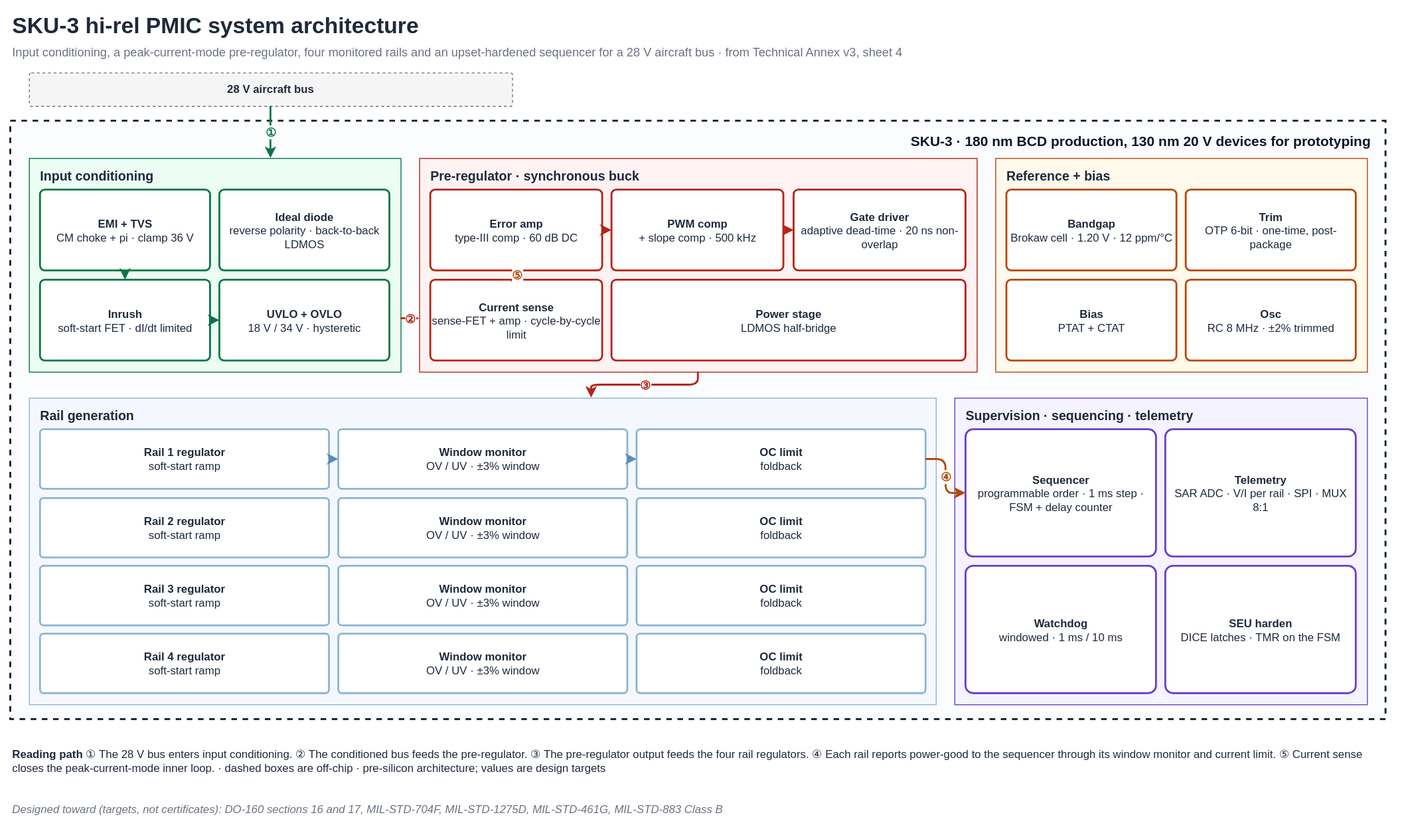
This is public/diagrams/sku-3-architecture.svg from shekerkamma/deepgrid-dr-silicon-v10, a draw.io export, as it was before one commit. Source tidied: cells renumbered, new cells last; positions are measured from the earlier drawing's top-left corner, leaving out a move shared by most shapes.
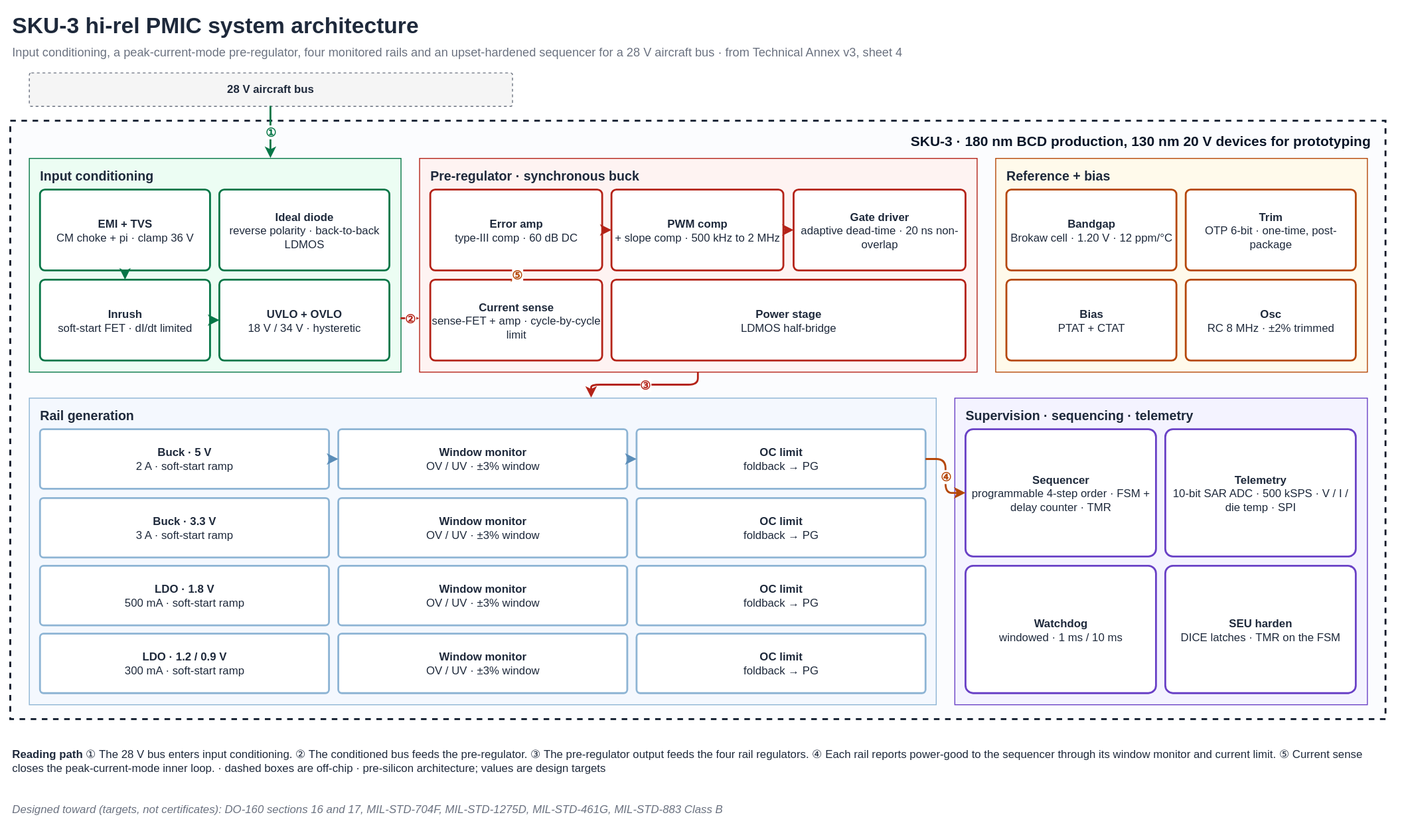
After the change.

Diff of the diagram source:
```diff
@@ -35,7 +35,7 @@
     <mxCell id="12" value="&lt;b&gt;Error amp&lt;/b&gt;&lt;br&gt;type-III comp · 60 dB DC" style="rounded=1;whiteSpace=wrap;html=1;fillColor=#FFFFFF;strokeColor=#B42318;strokeWidth=2;fontSize=12;fontColor=#1E293B;arcSize=6;" parent="1" vertex="1">
       <mxGeometry x="452" y="194" width="185" height="87" as="geometry" />
     </mxCell>
-    <mxCell id="13" value="&lt;b&gt;PWM comp&lt;/b&gt;&lt;br&gt;+ slope comp · 500 kHz" style="rounded=1;whiteSpace=wrap;html=1;fillColor=#FFFFFF;strokeColor=#B42318;strokeWidth=2;fontSize=12;fontColor=#1E293B;arcSize=6;" parent="1" vertex="1">
+    <mxCell id="13" value="&lt;b&gt;PWM comp&lt;/b&gt;&lt;br&gt;+ slope comp · 500 kHz to 2 MHz" style="rounded=1;whiteSpace=wrap;html=1;fillColor=#FFFFFF;strokeColor=#B42318;strokeWidth=2;fontSize=12;fontColor=#1E293B;arcSize=6;" parent="1" vertex="1">
       <mxGeometry x="647" y="194" width="185" height="87" as="geometry" />
     </mxCell>
     <mxCell id="14" value="&lt;b&gt;Gate driver&lt;/b&gt;&lt;br&gt;adaptive dead-time · 20 ns non-overlap" style="rounded=1;whiteSpace=wrap;html=1;fillColor=#FFFFFF;strokeColor=#B42318;strokeWidth=2;fontSize=12;fontColor=#1E293B;arcSize=6;" parent="1" vertex="1">
@@ -65,49 +65,49 @@
     <mxCell id="22" value="Rail generation" style="rounded=0;whiteSpace=wrap;html=1;fillColor=#F4F8FE;strokeColor=#8DB4D4;verticalAlign=top;align=left;spacingLeft=10;spacingTop=4;fontSize=14;fontStyle=1;fontColor=#1E293B;" parent="1" vertex="1">
       <mxGeometry x="20" y="418" width="976" height="330" as="geometry" />
     </mxCell>
-    <mxCell id="23" value="&lt;b&gt;Rail 1 regulator&lt;/b&gt;&lt;br&gt;soft-start ramp" style="rounded=1;whiteSpace=wrap;html=1;fillColor=#FFFFFF;strokeColor=#8DB4D4;strokeWidth=2;fontSize=12;fontColor=#1E293B;arcSize=6;" parent="1" vertex="1">
+    <mxCell id="23" value="&lt;b&gt;Buck · 5 V&lt;/b&gt;&lt;br&gt;2 A · soft-start ramp" style="rounded=1;whiteSpace=wrap;html=1;fillColor=#FFFFFF;strokeColor=#8DB4D4;strokeWidth=2;fontSize=12;fontColor=#1E293B;arcSize=6;" parent="1" vertex="1">
       <mxGeometry x="32" y="452" width="311" height="64" as="geometry" />
     </mxCell>
     <mxCell id="24" value="&lt;b&gt;Window monitor&lt;/b&gt;&lt;br&gt;OV / UV · ±3% window" style="rounded=1;whiteSpace=wrap;html=1;fillColor=#FFFFFF;strokeColor=#8DB4D4;strokeWidth=2;fontSize=12;fontColor=#1E293B;arcSize=6;" parent="1" vertex="1">
       <mxGeometry x="353" y="452" width="311" height="64" as="geometry" />
     </mxCell>
-    <mxCell id="25" value="&lt;b&gt;OC limit&lt;/b&gt;&lt;br&gt;foldback" style="rounded=1;whiteSpace=wrap;html=1;fillColor=#FFFFFF;strokeColor=#8DB4D4;strokeWidth=2;fontSize=12;fontColor=#1E293B;arcSize=6;" parent="1" vertex="1">
+    <mxCell id="25" value="&lt;b&gt;OC limit&lt;/b&gt;&lt;br&gt;foldback → PG" style="rounded=1;whiteSpace=wrap;html=1;fillColor=#FFFFFF;strokeColor=#8DB4D4;strokeWidth=2;fontSize=12;fontColor=#1E293B;arcSize=6;" parent="1" vertex="1">
       <mxGeometry x="674" y="452" width="311" height="64" as="geometry" />
     </mxCell>
-    <mxCell id="26" value="&lt;b&gt;Rail 2 regulator&lt;/b&gt;&lt;br&gt;soft-start ramp" style="rounded=1;whiteSpace=wrap;html=1;fillColor=#FFFFFF;strokeColor=#8DB4D4;strokeWidth=2;fontSize=12;fontColor=#1E293B;arcSize=6;" parent="1" vertex="1">
+    <mxCell id="26" value="&lt;b&gt;Buck · 3.3 V&lt;/b&gt;&lt;br&gt;3 A · soft-start ramp" style="rounded=1;whiteSpace=wrap;html=1;fillColor=#FFFFFF;strokeColor=#8DB4D4;strokeWidth=2;fontSize=12;fontColor=#1E293B;arcSize=6;" parent="1" vertex="1">
       <mxGeometry x="32" y="526" width="311" height="64" as="geometry" />
     </mxCell>
     <mxCell id="27" value="&lt;b&gt;Window monitor&lt;/b&gt;&lt;br&gt;OV / UV · ±3% window" style="rounded=1;whiteSpace=wrap;html=1;fillColor=#FFFFFF;strokeColor=#8DB4D4;strokeWidth=2;fontSize=12;fontColor=#1E293B;arcSize=6;" parent="1" vertex="1">
       <mxGeometry x="353" y="526" width="311" height="64" as="geometry" />
     </mxCell>
-    <mxCell id="28" value="&lt;b&gt;OC limit&lt;/b&gt;&lt;br&gt;foldback" style="rounded=1;whiteSpace=wrap;html=1;fillColor=#FFFFFF;strokeColor=#8DB4D4;strokeWidth=2;fontSize=12;fontColor=#1E293B;arcSize=6;" parent="1" vertex="1">
+    <mxCell id="28" value="&lt;b&gt;OC limit&lt;/b&gt;&lt;br&gt;foldback → PG" style="rounded=1;whiteSpace=wrap;html=1;fillColor=#FFFFFF;strokeColor=#8DB4D4;strokeWidth=2;fontSize=12;fontColor=#1E293B;arcSize=6;" parent="1" vertex="1">
       <mxGeometry x="674" y="526" width="311" height="64" as="geometry" />
     </mxCell>
-    <mxCell id="29" value="&lt;b&gt;Rail 3 regulator&lt;/b&gt;&lt;br&gt;soft-start ramp" style="rounded=1;whiteSpace=wrap;html=1;fillColor=#FFFFFF;strokeColor=#8DB4D4;strokeWidth=2;fontSize=12;fontColor=#1E293B;arcSize=6;" parent="1" vertex="1">
+    <mxCell id="29" value="&lt;b&gt;LDO · 1.8 V&lt;/b&gt;&lt;br&gt;500 mA · soft-start ramp" style="rounded=1;whiteSpace=wrap;html=1;fillColor=#FFFFFF;strokeColor=#8DB4D4;strokeWidth=2;fontSize=12;fontColor=#1E293B;arcSize=6;" parent="1" vertex="1">
       <mxGeometry x="32" y="599" width="311" height="64" as="geometry" />
     </mxCell>
     <mxCell id="30" value="&lt;b&gt;Window monitor&lt;/b&gt;&lt;br&gt;OV / UV · ±3% window" style="rounded=1;whiteSpace=wrap;html=1;fillColor=#FFFFFF;strokeColor=#8DB4D4;strokeWidth=2;fontSize=12;fontColor=#1E293B;arcSize=6;" parent="1" vertex="1">
       <mxGeometry x="353" y="599" width="311" height="64" as="geometry" />
     </mxCell>
-    <mxCell id="31" value="&lt;b&gt;OC limit&lt;/b&gt;&lt;br&gt;foldback" style="rounded=1;whiteSpace=wrap;html=1;fillColor=#FFFFFF;strokeColor=#8DB4D4;strokeWidth=2;fontSize=12;fontColor=#1E293B;arcSize=6;" parent="1" vertex="1">
+    <mxCell id="31" value="&lt;b&gt;OC limit&lt;/b&gt;&lt;br&gt;foldback → PG" style="rounded=1;whiteSpace=wrap;html=1;fillColor=#FFFFFF;strokeColor=#8DB4D4;strokeWidth=2;fontSize=12;fontColor=#1E293B;arcSize=6;" parent="1" vertex="1">
       <mxGeometry x="674" y="599" width="311" height="64" as="geometry" />
     </mxCell>
-    <mxCell id="32" value="&lt;b&gt;Rail 4 regulator&lt;/b&gt;&lt;br&gt;soft-start ramp" style="rounded=1;whiteSpace=wrap;html=1;fillColor=#FFFFFF;strokeColor=#8DB4D4;strokeWidth=2;fontSize=12;fontColor=#1E293B;arcSize=6;" parent="1" vertex="1">
+    <mxCell id="32" value="&lt;b&gt;LDO · 1.2 / 0.9 V&lt;/b&gt;&lt;br&gt;300 mA · soft-start ramp" style="rounded=1;whiteSpace=wrap;html=1;fillColor=#FFFFFF;strokeColor=#8DB4D4;strokeWidth=2;fontSize=12;fontColor=#1E293B;arcSize=6;" parent="1" vertex="1">
       <mxGeometry x="32" y="672" width="311" height="64" as="geometry" />
     </mxCell>
     <mxCell id="33" value="&lt;b&gt;Window monitor&lt;/b&gt;&lt;br&gt;OV / UV · ±3% window" style="rounded=1;whiteSpace=wrap;html=1;fillColor=#FFFFFF;strokeColor=#8DB4D4;strokeWidth=2;fontSize=12;fontColor=#1E293B;arcSize=6;" parent="1" vertex="1">
       <mxGeometry x="353" y="672" width="311" height="64" as="geometry" />
     </mxCell>
-    <mxCell id="34" value="&lt;b&gt;OC limit&lt;/b&gt;&lt;br&gt;foldback" style="rounded=1;whiteSpace=wrap;html=1;fillColor=#FFFFFF;strokeColor=#8DB4D4;strokeWidth=2;fontSize=12;fontColor=#1E293B;arcSize=6;" parent="1" vertex="1">
+    <mxCell id="34" value="&lt;b&gt;OC limit&lt;/b&gt;&lt;br&gt;foldback → PG" style="rounded=1;whiteSpace=wrap;html=1;fillColor=#FFFFFF;strokeColor=#8DB4D4;strokeWidth=2;fontSize=12;fontColor=#1E293B;arcSize=6;" parent="1" vertex="1">
       <mxGeometry x="674" y="672" width="311" height="64" as="geometry" />
     </mxCell>
     <mxCell id="35" value="Supervision · sequencing · telemetry" style="rounded=0;whiteSpace=wrap;html=1;fillColor=#F4F3FF;strokeColor=#6941C6;verticalAlign=top;align=left;spacingLeft=10;spacingTop=4;fontSize=14;fontStyle=1;fontColor=#1E293B;" parent="1" vertex="1">
       <mxGeometry x="1016" y="418" width="444" height="330" as="geometry" />
     </mxCell>
-    <mxCell id="36" value="&lt;b&gt;Sequencer&lt;/b&gt;&lt;br&gt;programmable order · 1 ms step · FSM + delay counter" style="rounded=1;whiteSpace=wrap;html=1;fillColor=#FFFFFF;strokeColor=#6941C6;strokeWidth=2;fontSize=12;fontColor=#1E293B;arcSize=6;" parent="1" vertex="1">
+    <mxCell id="36" value="&lt;b&gt;Sequencer&lt;/b&gt;&lt;br&gt;programmable 4-step order · FSM + delay counter · TMR" style="rounded=1;whiteSpace=wrap;html=1;fillColor=#FFFFFF;strokeColor=#6941C6;strokeWidth=2;fontSize=12;fontColor=#1E293B;arcSize=6;" parent="1" vertex="1">
       <mxGeometry x="1028" y="452" width="205" height="137" as="geometry" />
     </mxCell>
-    <mxCell id="37" value="&lt;b&gt;Telemetry&lt;/b&gt;&lt;br&gt;SAR ADC · V/I per rail · SPI · MUX 8:1" style="rounded=1;whiteSpace=wrap;html=1;fillColor=#FFFFFF;strokeColor=#6941C6;strokeWidth=2;fontSize=12;fontColor=#1E293B;arcSize=6;" parent="1" vertex="1">
+    <mxCell id="37" value="&lt;b&gt;Telemetry&lt;/b&gt;&lt;br&gt;10-bit SAR ADC · 500 kSPS · V / I / die temp · SPI" style="rounded=1;whiteSpace=wrap;html=1;fillColor=#FFFFFF;strokeColor=#6941C6;strokeWidth=2;fontSize=12;fontColor=#1E293B;arcSize=6;" parent="1" vertex="1">
       <mxGeometry x="1243" y="452" width="205" height="137" as="geometry" />
     </mxCell>
     <mxCell id="38" value="&lt;b&gt;Watchdog&lt;/b&gt;&lt;br&gt;windowed · 1 ms / 10 ms" style="rounded=1;whiteSpace=wrap;html=1;fillColor=#FFFFFF;strokeColor=#6941C6;strokeWidth=2;fontSize=12;fontColor=#1E293B;arcSize=6;" parent="1" vertex="1">
```
